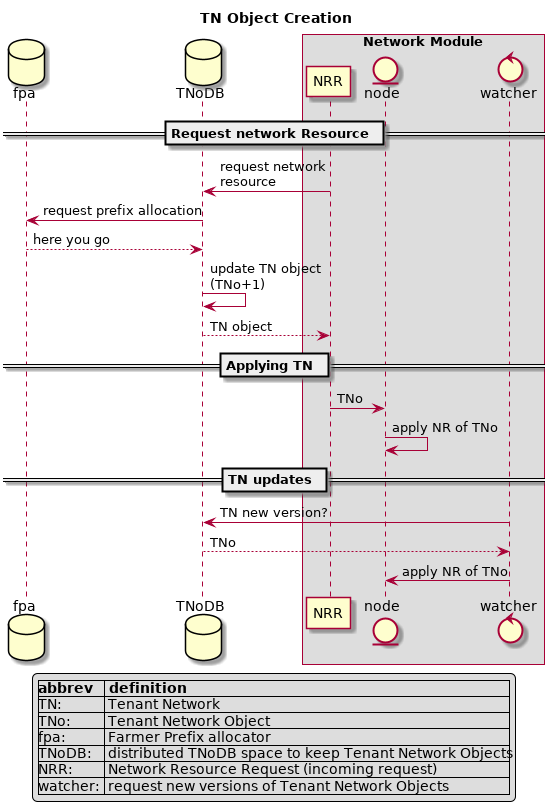
Earlier version of the PlantUML export specs/network/TN_Obj_creation_update.png (threefoldtech/zos).
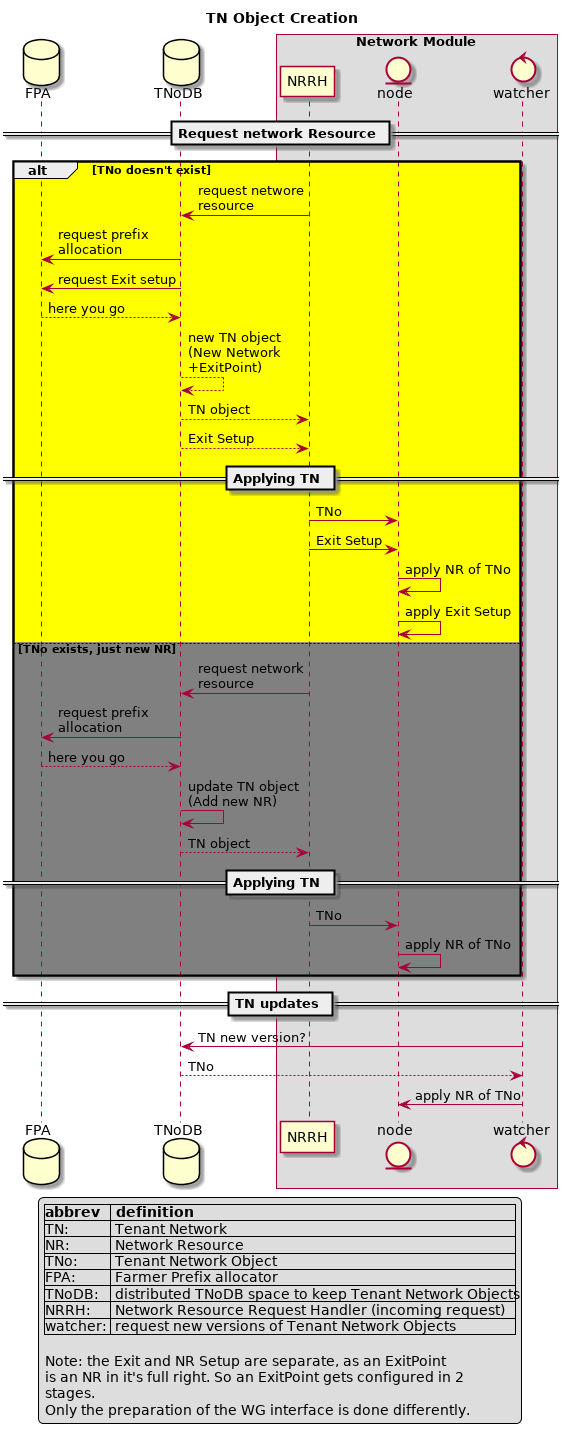
The same file after the commit.

Commit message:
Network public provisioning documentation (#85)

Change to the diagram source:
```diff
@@ -1,22 +1,38 @@
 @startuml
 title TN Object Creation
-database fpa
+database FPA
 database TNoDB
 box Network Module
-participant NRR
+participant NRRH
 entity node
 control watcher
 endbox
 
 == Request network Resource ==
-NRR -> TNoDB : request network\nresource
-TNoDB -> fpa : request prefix allocation
-fpa --> TNoDB : here you go
-TNoDB->TNoDB :update TN object\n(TNo+1)
-TNoDB --> NRR : TN object
+alt #yellow TNo doesn't exist
+NRRH -> TNoDB : request networe\nresource
+TNoDB -> FPA : request prefix\nallocation
+TNoDB -> FPA : request Exit setup
+FPA --> TNoDB : here you go
+TNoDB -->TNoDB :new TN object\n(New Network\n+ExitPoint)
+TNoDB --> NRRH : TN object
+TNoDB --> NRRH : Exit Setup
 == Applying TN ==
-NRR -> node : TNo
+NRRH -> node : TNo
+NRRH -> node : Exit Setup
 node <- node : apply NR of TNo
+node <- node : apply Exit Setup
+else #gray TNo exists, just new NR
+NRRH -> TNoDB : request network\nresource
+TNoDB -> FPA : request prefix\nallocation
+FPA --> TNoDB : here you go
+TNoDB->TNoDB :update TN object\n(Add new NR)
+TNoDB --> NRRH : TN object
+== Applying TN ==
+NRRH -> node : TNo
+node <- node : apply NR of TNo
+
+end
 == TN updates ==
 watcher -> TNoDB : TN new version?
 watcher <-- TNoDB : TNo
@@ -26,10 +42,16 @@
 legend
 |=abbrev  | definition   |
 |TN:      | Tenant Network|
+|NR:       | Network Resource |
 |TNo:     | Tenant Network Object |
-|fpa:     | Farmer Prefix allocator|
+|FPA:     | Farmer Prefix allocator|
 |TNoDB:   | distributed TNoDB space to keep Tenant Network Objects|
-|NRR:     | Network Resource Request (incoming request)|
+|NRRH:     | Network Resource Request Handler (incoming request)|
 |watcher: | request new versions of Tenant Network Objects|
+
+Note: the Exit and NR Setup are separate, as an ExitPoint
+is an NR in it's full right. So an ExitPoint gets configured in 2
+stages.
+Only the preparation of the WG interface is done differently.
 endlegend
 @enduml
```
